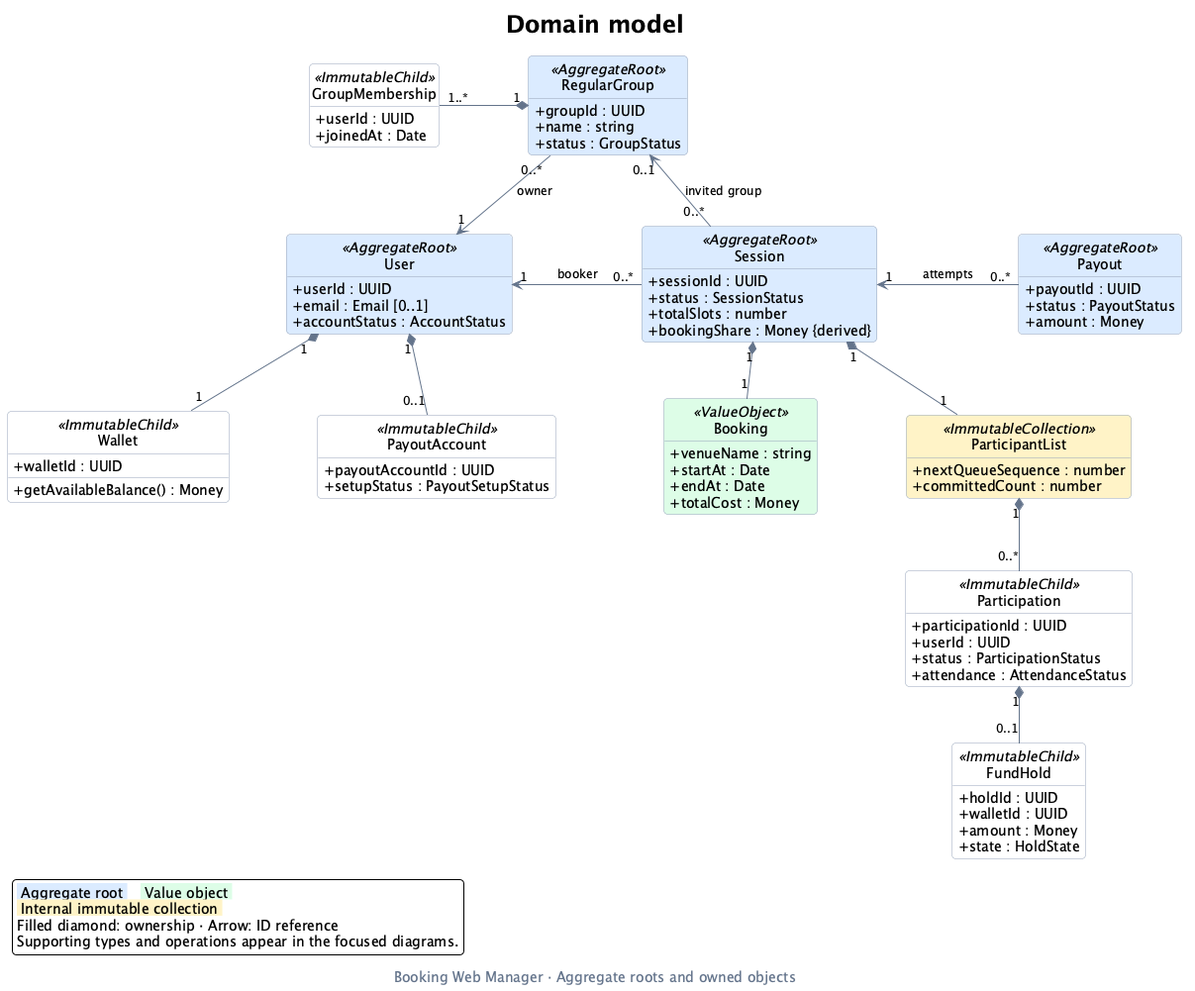
This is docs/assets/domain-class-diagram.png from rbrishi15/booking-web-manager, a PlantUML export, as it was before one commit.
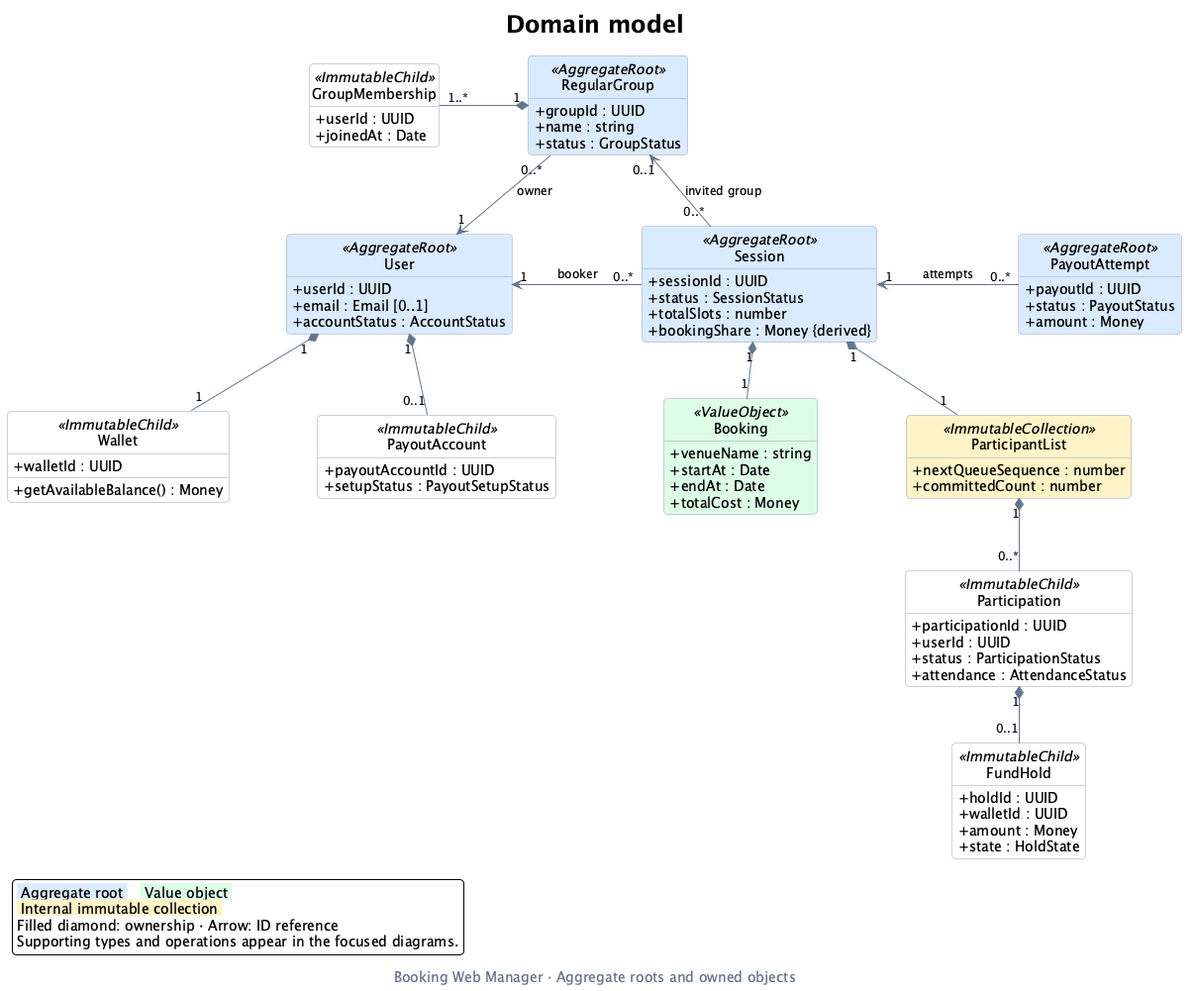
Above is the later version.

Diff of the diagram source:
```diff
@@ -40,7 +40,7 @@
   +totalSlots : number
   +bookingShare : Money {derived}
 }
-class Payout <<AggregateRoot>> {
+class PayoutAttempt <<AggregateRoot>> {
   +payoutId : UUID
   +status : PayoutStatus
   +amount : Money
@@ -81,7 +81,7 @@
 }
 
 User "1" <-right- "0..*" Session : booker
-Session "1" <-right- "0..*" Payout : attempts
+Session "1" <-right- "0..*" PayoutAttempt : attempts
 RegularGroup "0..*" -down-> "1" User : owner
 Session "0..*" -up-> "0..1" RegularGroup : invited group
 
```
